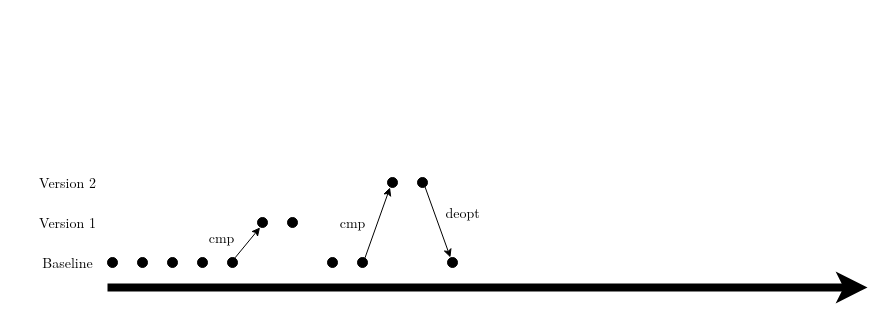
Before: page "Recording Tool Intro" (5 of 7) of diagrams/diagrams.drawio in rihafilip/master-thesis, a draw.io diagram. Source tidied: cells renumbered, new cells numbered last; positions are measured from the earlier drawing's top-left corner, leaving out a move shared by most shapes. Both pictures are drawn from the tidied source at 100%, with x=0, y=0 at pixel (27, 167).
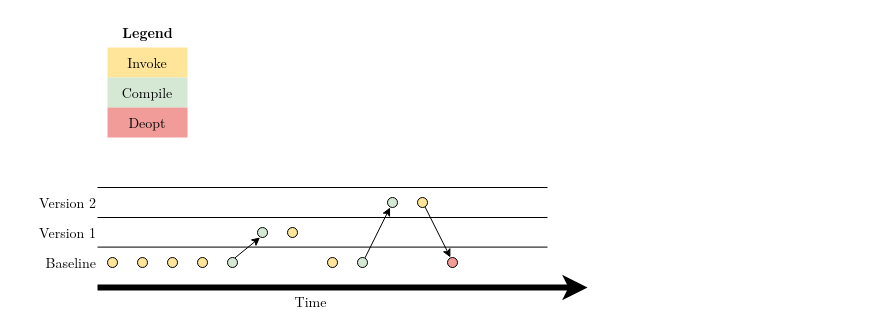
After the change.

Unchanged cells that the change refers to:
```xml
<mxCell id="13" style="endArrow=classic;html=1;rounded=0;fontFamily=LM Roman 10;fontSize=14;fontColor=default;entryX=0.254;entryY=0.998;entryDx=0;entryDy=0;exitX=0.75;exitY=0.036;exitDx=0;exitDy=0;entryPerimeter=0;exitPerimeter=0;" parent="1" edge="1" source="11" target="12">
  <mxGeometry relative="1" as="geometry" />
</mxCell>
<mxCell id="18" style="endArrow=classic;html=1;rounded=0;fontFamily=LM Roman 10;fontSize=14;fontColor=default;entryX=0.29;entryY=-0.006;entryDx=0;entryDy=0;exitX=0.752;exitY=0.936;exitDx=0;exitDy=0;exitPerimeter=0;entryPerimeter=0;" parent="1" edge="1" source="16" target="17">
  <mxGeometry relative="1" as="geometry" />
</mxCell>
<mxCell id="22" style="endArrow=classic;html=1;rounded=0;fontFamily=LM Roman 10;fontSize=14;fontColor=default;entryX=0.254;entryY=0.998;entryDx=0;entryDy=0;exitX=0.75;exitY=0.036;exitDx=0;exitDy=0;entryPerimeter=0;exitPerimeter=0;" parent="1" edge="1" source="20" target="21">
  <mxGeometry relative="1" as="geometry" />
</mxCell>
```

Change to the diagram source:
```diff
@@
-    <mxCell id="2" style="endArrow=classic;html=1;rounded=0;fontFamily=LM Roman 10;fontSize=14;fontColor=default;strokeWidth=8;" parent="1" edge="1">
+    <mxCell id="2" style="endArrow=classic;html=1;rounded=0;fontFamily=LM Roman 10;fontSize=14;fontColor=default;strokeWidth=6;" parent="1" edge="1">
       <mxGeometry relative="1" as="geometry">
-        <mxPoint x="80" y="120" as="sourcePoint" />
-        <mxPoint x="840" y="120" as="targetPoint" />
+        <mxPoint x="70" y="120" as="sourcePoint" />
+        <mxPoint x="560" y="120" as="targetPoint" />
       </mxGeometry>
     </mxCell>
-    <mxCell id="3" style="ellipse;whiteSpace=wrap;html=1;align=center;verticalAlign=middle;fontFamily=LM Roman 10;fontSize=14;fontColor=default;fillColor=#000000;gradientColor=none;" parent="1" vertex="1">
+    <mxCell id="3" style="ellipse;whiteSpace=wrap;html=1;align=center;verticalAlign=middle;fontFamily=LM Roman 10;fontSize=14;fontColor=default;fillColor=#FFE599;gradientColor=none;" parent="1" vertex="1">
       <mxGeometry x="80" y="90" width="10" height="10" as="geometry" />
     </mxCell>
-    <mxCell id="4" value="Baseline" style="text;html=1;align=center;verticalAlign=middle;strokeColor=none;fillColor=none;fontFamily=LM Roman 10;fontSize=14;fontColor=default;" parent="1" vertex="1">
-      <mxGeometry y="80" width="80" height="30" as="geometry" />
+    <mxCell id="4" value="Baseline" style="text;html=1;align=right;verticalAlign=middle;strokeColor=none;fillColor=none;fontFamily=LM Roman 10;fontSize=14;fontColor=default;" parent="1" vertex="1">
+      <mxGeometry x="-10" y="80" width="80" height="30" as="geometry" />
     </mxCell>
-    <mxCell id="5" style="ellipse;whiteSpace=wrap;html=1;align=center;verticalAlign=middle;fontFamily=LM Roman 10;fontSize=14;fontColor=default;fillColor=#000000;gradientColor=none;" parent="1" vertex="1">
+    <mxCell id="5" style="ellipse;whiteSpace=wrap;html=1;align=center;verticalAlign=middle;fontFamily=LM Roman 10;fontSize=14;fontColor=default;fillColor=#FFE599;gradientColor=none;" parent="1" vertex="1">
       <mxGeometry x="110" y="90" width="10" height="10" as="geometry" />
     </mxCell>
-    <mxCell id="6" style="ellipse;whiteSpace=wrap;html=1;align=center;verticalAlign=middle;fontFamily=LM Roman 10;fontSize=14;fontColor=default;fillColor=#000000;gradientColor=none;" parent="1" vertex="1">
+    <mxCell id="6" style="ellipse;whiteSpace=wrap;html=1;align=center;verticalAlign=middle;fontFamily=LM Roman 10;fontSize=14;fontColor=default;fillColor=#FFE599;gradientColor=none;" parent="1" vertex="1">
       <mxGeometry x="140" y="90" width="10" height="10" as="geometry" />
     </mxCell>
-    <mxCell id="7" style="ellipse;whiteSpace=wrap;html=1;align=center;verticalAlign=middle;fontFamily=LM Roman 10;fontSize=14;fontColor=default;fillColor=#000000;gradientColor=none;" parent="1" vertex="1">
+    <mxCell id="7" style="ellipse;whiteSpace=wrap;html=1;align=center;verticalAlign=middle;fontFamily=LM Roman 10;fontSize=14;fontColor=default;fillColor=#FFE599;gradientColor=none;" parent="1" vertex="1">
       <mxGeometry x="170" y="90" width="10" height="10" as="geometry" />
     </mxCell>
-    <mxCell id="8" value="Version 1" style="text;html=1;align=center;verticalAlign=middle;strokeColor=none;fillColor=none;fontFamily=LM Roman 10;fontSize=14;fontColor=default;" parent="1" vertex="1">
-      <mxGeometry y="40" width="80" height="30" as="geometry" />
+    <mxCell id="8" value="Version 1" style="text;html=1;align=right;verticalAlign=middle;strokeColor=none;fillColor=none;fontFamily=LM Roman 10;fontSize=14;fontColor=default;" parent="1" vertex="1">
+      <mxGeometry x="-10" y="50" width="80" height="30" as="geometry" />
     </mxCell>
-    <mxCell id="9" style="ellipse;whiteSpace=wrap;html=1;align=center;verticalAlign=middle;fontFamily=LM Roman 10;fontSize=14;fontColor=default;fillColor=#000000;gradientColor=none;" parent="1" vertex="1">
-      <mxGeometry x="260" y="50" width="10" height="10" as="geometry" />
+    <mxCell id="9" style="ellipse;whiteSpace=wrap;html=1;align=center;verticalAlign=middle;fontFamily=LM Roman 10;fontSize=14;fontColor=default;fillColor=#FFE599;gradientColor=none;" parent="1" vertex="1">
+      <mxGeometry x="260" y="60" width="10" height="10" as="geometry" />
     </mxCell>
-    <mxCell id="10" style="ellipse;whiteSpace=wrap;html=1;align=center;verticalAlign=middle;fontFamily=LM Roman 10;fontSize=14;fontColor=default;fillColor=#000000;gradientColor=none;" parent="1" vertex="1">
+    <mxCell id="10" style="ellipse;whiteSpace=wrap;html=1;align=center;verticalAlign=middle;fontFamily=LM Roman 10;fontSize=14;fontColor=default;fillColor=#FFE599;gradientColor=none;" parent="1" vertex="1">
       <mxGeometry x="300" y="90" width="10" height="10" as="geometry" />
     </mxCell>
-    <mxCell id="11" style="ellipse;whiteSpace=wrap;html=1;align=center;verticalAlign=middle;fontFamily=LM Roman 10;fontSize=14;fontColor=default;fillColor=#000000;gradientColor=none;" parent="1" vertex="1">
+    <mxCell id="11" style="ellipse;whiteSpace=wrap;html=1;align=center;verticalAlign=middle;fontFamily=LM Roman 10;fontSize=14;fontColor=default;fillColor=#D5E8D4;gradientColor=none;" parent="1" vertex="1">
       <mxGeometry x="330" y="90" width="10" height="10" as="geometry" />
     </mxCell>
-    <mxCell id="12" style="ellipse;whiteSpace=wrap;html=1;align=center;verticalAlign=middle;fontFamily=LM Roman 10;fontSize=14;fontColor=default;fillColor=#000000;gradientColor=none;" parent="1" vertex="1">
-      <mxGeometry x="360" y="10" width="10" height="10" as="geometry" />
+    <mxCell id="12" style="ellipse;whiteSpace=wrap;html=1;align=center;verticalAlign=middle;fontFamily=LM Roman 10;fontSize=14;fontColor=default;fillColor=#D5E8D4;gradientColor=none;" parent="1" vertex="1">
+      <mxGeometry x="360" y="30" width="10" height="10" as="geometry" />
     </mxCell>
@@
-    <mxCell id="14" value="cmp" style="edgeLabel;html=1;align=center;verticalAlign=middle;fontFamily=LM Roman 10;fontSize=14;fontColor=default;fillColor=none;gradientColor=none;" parent="13" vertex="1">
-      <mxGeometry x="-0.28" width="50" height="30" relative="1" as="geometry">
-        <mxPoint x="-47" y="-25" as="offset" />
-      </mxGeometry>
-    </mxCell>
-    <mxCell id="15" value="Version 2" style="text;html=1;align=center;verticalAlign=middle;strokeColor=none;fillColor=none;fontFamily=LM Roman 10;fontSize=14;fontColor=default;" parent="1" vertex="1">
-      <mxGeometry width="80" height="30" as="geometry" />
+    <mxCell id="15" value="Version 2" style="text;html=1;align=right;verticalAlign=middle;strokeColor=none;fillColor=none;fontFamily=LM Roman 10;fontSize=14;fontColor=default;" parent="1" vertex="1">
+      <mxGeometry x="-10" y="20" width="80" height="30" as="geometry" />
     </mxCell>
-    <mxCell id="16" style="ellipse;whiteSpace=wrap;html=1;align=center;verticalAlign=middle;fontFamily=LM Roman 10;fontSize=14;fontColor=default;fillColor=#000000;gradientColor=none;" parent="1" vertex="1">
-      <mxGeometry x="390" y="10" width="10" height="10" as="geometry" />
+    <mxCell id="16" style="ellipse;whiteSpace=wrap;html=1;align=center;verticalAlign=middle;fontFamily=LM Roman 10;fontSize=14;fontColor=default;fillColor=#FFE599;gradientColor=none;" parent="1" vertex="1">
+      <mxGeometry x="390" y="30" width="10" height="10" as="geometry" />
     </mxCell>
-    <mxCell id="17" style="ellipse;whiteSpace=wrap;html=1;align=center;verticalAlign=middle;fontFamily=LM Roman 10;fontSize=14;fontColor=default;fillColor=#000000;gradientColor=none;" parent="1" vertex="1">
+    <mxCell id="17" style="ellipse;whiteSpace=wrap;html=1;align=center;verticalAlign=middle;fontFamily=LM Roman 10;fontSize=14;fontColor=default;fillColor=#F19C99;gradientColor=none;" parent="1" vertex="1">
       <mxGeometry x="420" y="90" width="10" height="10" as="geometry" />
     </mxCell>
@@
-    <mxCell id="19" value="deopt" style="edgeLabel;html=1;align=center;verticalAlign=middle;fontFamily=LM Roman 10;fontSize=14;fontColor=default;fillColor=none;gradientColor=none;" parent="18" vertex="1">
-      <mxGeometry x="-0.28" width="60" height="30" relative="1" as="geometry">
-        <mxPoint x="-2" y="-15" as="offset" />
-      </mxGeometry>
-    </mxCell>
-    <mxCell id="20" style="ellipse;whiteSpace=wrap;html=1;align=center;verticalAlign=middle;fontFamily=LM Roman 10;fontSize=14;fontColor=default;fillColor=#000000;gradientColor=none;" parent="1" vertex="1">
+    <mxCell id="20" style="ellipse;whiteSpace=wrap;html=1;align=center;verticalAlign=middle;fontFamily=LM Roman 10;fontSize=14;fontColor=default;fillColor=#D5E8D4;gradientColor=none;" parent="1" vertex="1">
       <mxGeometry x="200" y="90" width="10" height="10" as="geometry" />
     </mxCell>
-    <mxCell id="21" style="ellipse;whiteSpace=wrap;html=1;align=center;verticalAlign=middle;fontFamily=LM Roman 10;fontSize=14;fontColor=default;fillColor=#000000;gradientColor=none;" parent="1" vertex="1">
-      <mxGeometry x="230" y="50" width="10" height="10" as="geometry" />
+    <mxCell id="21" style="ellipse;whiteSpace=wrap;html=1;align=center;verticalAlign=middle;fontFamily=LM Roman 10;fontSize=14;fontColor=default;fillColor=#D5E8D4;gradientColor=none;" parent="1" vertex="1">
+      <mxGeometry x="230" y="60" width="10" height="10" as="geometry" />
     </mxCell>
@@
-    <mxCell id="23" value="cmp" style="edgeLabel;html=1;align=center;verticalAlign=middle;fontFamily=LM Roman 10;fontSize=14;fontColor=default;fillColor=none;gradientColor=none;" parent="22" vertex="1">
-      <mxGeometry x="-0.28" width="50" height="30" relative="1" as="geometry">
-        <mxPoint x="-47" y="-25" as="offset" />
-      </mxGeometry>
-    </mxCell>
+    <mxCell id="24" style="endArrow=none;html=1;rounded=0;" parent="1" edge="1">
+      <mxGeometry relative="1" as="geometry">
+        <mxPoint x="70" y="79.6" as="sourcePoint" />
+        <mxPoint x="520" y="79.6" as="targetPoint" />
+      </mxGeometry>
+    </mxCell>
+    <mxCell id="25" style="endArrow=none;html=1;rounded=0;" parent="1" edge="1">
+      <mxGeometry relative="1" as="geometry">
+        <mxPoint x="70" y="50" as="sourcePoint" />
+        <mxPoint x="520" y="50" as="targetPoint" />
+      </mxGeometry>
+    </mxCell>
+    <mxCell id="26" style="endArrow=none;html=1;rounded=0;" parent="1" edge="1">
+      <mxGeometry relative="1" as="geometry">
+        <mxPoint x="70" y="20" as="sourcePoint" />
+        <mxPoint x="520" y="20" as="targetPoint" />
+      </mxGeometry>
+    </mxCell>
+    <mxCell id="27" value="Time" style="text;html=1;align=center;verticalAlign=middle;strokeColor=none;fillColor=none;fontSize=14;fontFamily=LM Roman 10;" parent="1" vertex="1">
+      <mxGeometry x="258" y="119" width="50" height="30" as="geometry" />
+    </mxCell>
+    <mxCell id="28" value="Invoke" style="rounded=0;whiteSpace=wrap;html=1;align=center;verticalAlign=middle;fontFamily=LM Roman 10;fontSize=14;fontColor=default;fillColor=#FFE599;gradientColor=none;strokeColor=none;" parent="1" vertex="1">
+      <mxGeometry x="80" y="-120" width="80" height="30" as="geometry" />
+    </mxCell>
+    <mxCell id="29" value="Compile" style="rounded=0;whiteSpace=wrap;html=1;align=center;verticalAlign=middle;fontFamily=LM Roman 10;fontSize=14;fontColor=default;fillColor=#D5E8D4;gradientColor=none;strokeColor=none;" parent="1" vertex="1">
+      <mxGeometry x="80" y="-90" width="80" height="30" as="geometry" />
+    </mxCell>
+    <mxCell id="30" value="Deopt" style="rounded=0;whiteSpace=wrap;html=1;align=center;verticalAlign=middle;fontFamily=LM Roman 10;fontSize=14;fontColor=default;fillColor=#F19C99;gradientColor=none;strokeColor=none;" parent="1" vertex="1">
+      <mxGeometry x="80" y="-60" width="80" height="30" as="geometry" />
+    </mxCell>
+    <mxCell id="31" value="Legend" style="text;html=1;align=center;verticalAlign=middle;strokeColor=none;fillColor=none;fontFamily=LM Roman 10;fontSize=14;fontStyle=1;" parent="1" vertex="1">
+      <mxGeometry x="85" y="-150" width="70" height="30" as="geometry" />
+    </mxCell>
```
